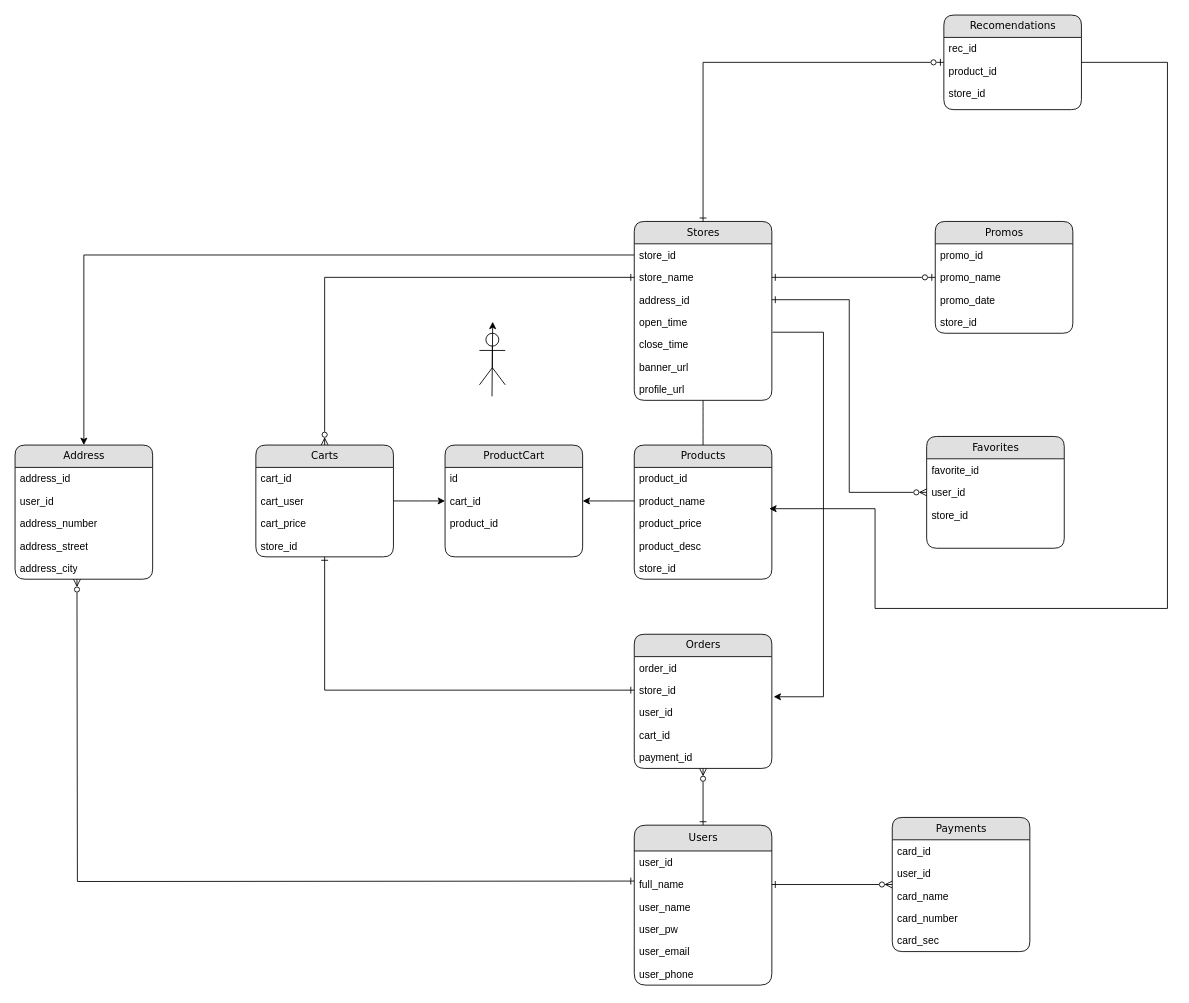
Earlier version of the draw.io diagram DatabaseModel/Model.drawio (babislz/FoodSpace). Source tidied: cells renumbered, new cells numbered last; positions are measured from the earlier drawing's top-left corner, leaving out a move shared by most shapes. Both pictures are drawn from the tidied source at 86%, with x=0, y=0 at pixel (15, 15).
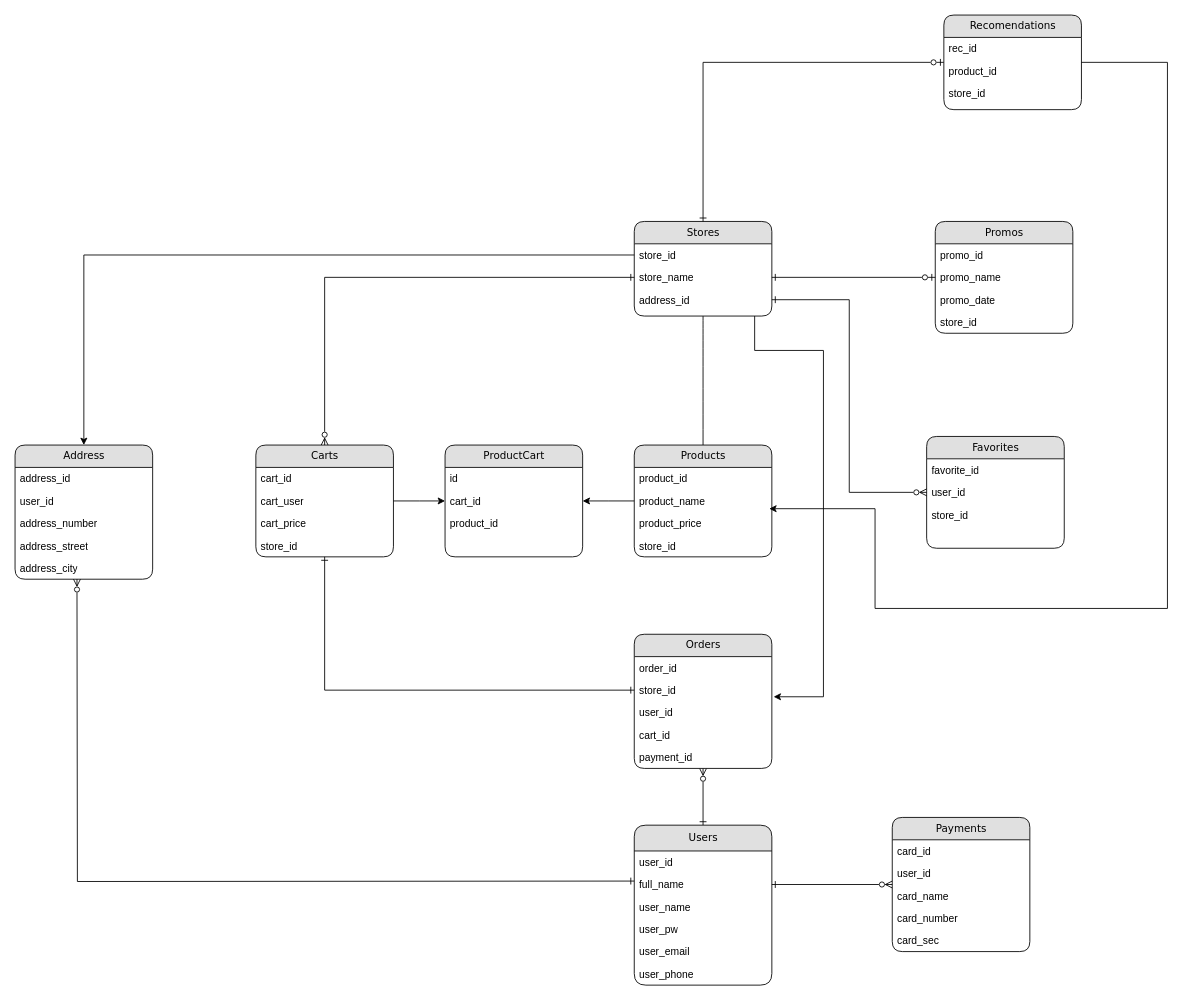
The same diagram, later.

Unchanged cells that the change refers to:
```xml
<mxCell id="46" value="user_id" style="text;html=1;strokeColor=none;fillColor=none;spacingLeft=4;spacingRight=4;whiteSpace=wrap;overflow=hidden;points=[[0,0.5],[1,0.5]];portConstraint=eastwest;" parent="43" vertex="1">
  <mxGeometry y="78" width="160" height="26" as="geometry" />
</mxCell>
```

Change to the diagram source:
```diff
@@
-    <mxCell id="11" style="edgeStyle=orthogonalEdgeStyle;rounded=0;jettySize=auto;html=1;entryX=1.013;entryY=-0.204;entryDx=0;entryDy=0;entryPerimeter=0;exitX=1.005;exitY=-0.046;exitDx=0;exitDy=0;exitPerimeter=0;" parent="1" edge="1" source="17" target="46">
+    <mxCell id="11" style="edgeStyle=orthogonalEdgeStyle;rounded=0;jettySize=auto;html=1;entryX=1.013;entryY=-0.204;entryDx=0;entryDy=0;entryPerimeter=0;" parent="1" edge="1" target="46">
       <mxGeometry relative="1" as="geometry">
+        <mxPoint x="860" y="350" as="sourcePoint" />
         <Array as="points">
-          <mxPoint x="940" y="369" />
+          <mxPoint x="860" y="390" />
+          <mxPoint x="940" y="390" />
           <mxPoint x="940" y="793" />
         </Array>
       </mxGeometry>
     </mxCell>
     <mxCell id="12" value="Stores" style="swimlane;html=1;fontStyle=0;horizontal=1;startSize=26;fillColor=#e0e0e0;swimlaneFillColor=#ffffff;align=center;rounded=1;shadow=0;comic=0;labelBackgroundColor=none;strokeWidth=1;fontFamily=Verdana;fontSize=12;" parent="1" vertex="1">
-      <mxGeometry x="720" y="240" width="160" height="208" as="geometry" />
+      <mxGeometry x="720" y="240" width="160" height="110" as="geometry" />
     </mxCell>
@@
-    <mxCell id="16" value="open_time" style="text;html=1;strokeColor=none;fillColor=none;spacingLeft=4;spacingRight=4;whiteSpace=wrap;overflow=hidden;" parent="12" vertex="1">
-      <mxGeometry y="104" width="160" height="26" as="geometry" />
-    </mxCell>
-    <mxCell id="17" value="close_time" style="text;html=1;strokeColor=none;fillColor=none;spacingLeft=4;spacingRight=4;whiteSpace=wrap;overflow=hidden;points=[[0,0.5],[1,0.5]];portConstraint=eastwest;" parent="12" vertex="1">
-      <mxGeometry y="130" width="160" height="26" as="geometry" />
-    </mxCell>
-    <mxCell id="18" value="banner_url" style="text;html=1;strokeColor=none;fillColor=none;spacingLeft=4;spacingRight=4;whiteSpace=wrap;overflow=hidden;" parent="12" vertex="1">
-      <mxGeometry y="156" width="160" height="26" as="geometry" />
-    </mxCell>
-    <mxCell id="19" value="profile_url" style="text;html=1;strokeColor=none;fillColor=none;spacingLeft=4;spacingRight=4;whiteSpace=wrap;overflow=hidden;" parent="12" vertex="1">
-      <mxGeometry y="182" width="160" height="26" as="geometry" />
-    </mxCell>
@@
     <mxCell id="32" value="Products" style="swimlane;html=1;fontStyle=0;horizontal=1;startSize=26;fillColor=#e0e0e0;swimlaneFillColor=#ffffff;align=center;rounded=1;shadow=0;comic=0;labelBackgroundColor=none;strokeWidth=1;fontFamily=Verdana;fontSize=12;" parent="1" vertex="1">
-      <mxGeometry x="720" y="500" width="160" height="156" as="geometry" />
+      <mxGeometry x="720" y="500" width="160" height="130" as="geometry" />
     </mxCell>
@@
-    <mxCell id="36" value="product_desc" style="text;html=1;strokeColor=none;fillColor=none;spacingLeft=4;spacingRight=4;whiteSpace=wrap;overflow=hidden;" parent="32" vertex="1">
-      <mxGeometry y="104" width="160" height="26" as="geometry" />
-    </mxCell>
     <mxCell id="37" value="store_id" style="text;html=1;strokeColor=none;fillColor=none;spacingLeft=4;spacingRight=4;whiteSpace=wrap;overflow=hidden;" parent="32" vertex="1">
-      <mxGeometry y="130" width="160" height="26" as="geometry" />
+      <mxGeometry y="104" width="160" height="26" as="geometry" />
     </mxCell>
@@
-    <mxCell id="77" style="shape=umlActor;verticalLabelPosition=bottom;verticalAlign=top;html=1;" parent="1" vertex="1">
-      <mxGeometry x="540" y="370" width="30" height="60" as="geometry" />
-    </mxCell>
-    <mxCell id="78" style="endArrow=classic;html=1;rounded=0;exitX=0.183;exitY=-0.025;exitDx=0;exitDy=0;exitPerimeter=0;" parent="1" edge="1">
-      <mxGeometry relative="1" as="geometry">
-        <mxPoint x="554.6" y="443.4" as="sourcePoint" />
-        <mxPoint x="555.4" y="356.6" as="targetPoint" />
-      </mxGeometry>
-    </mxCell>
```
